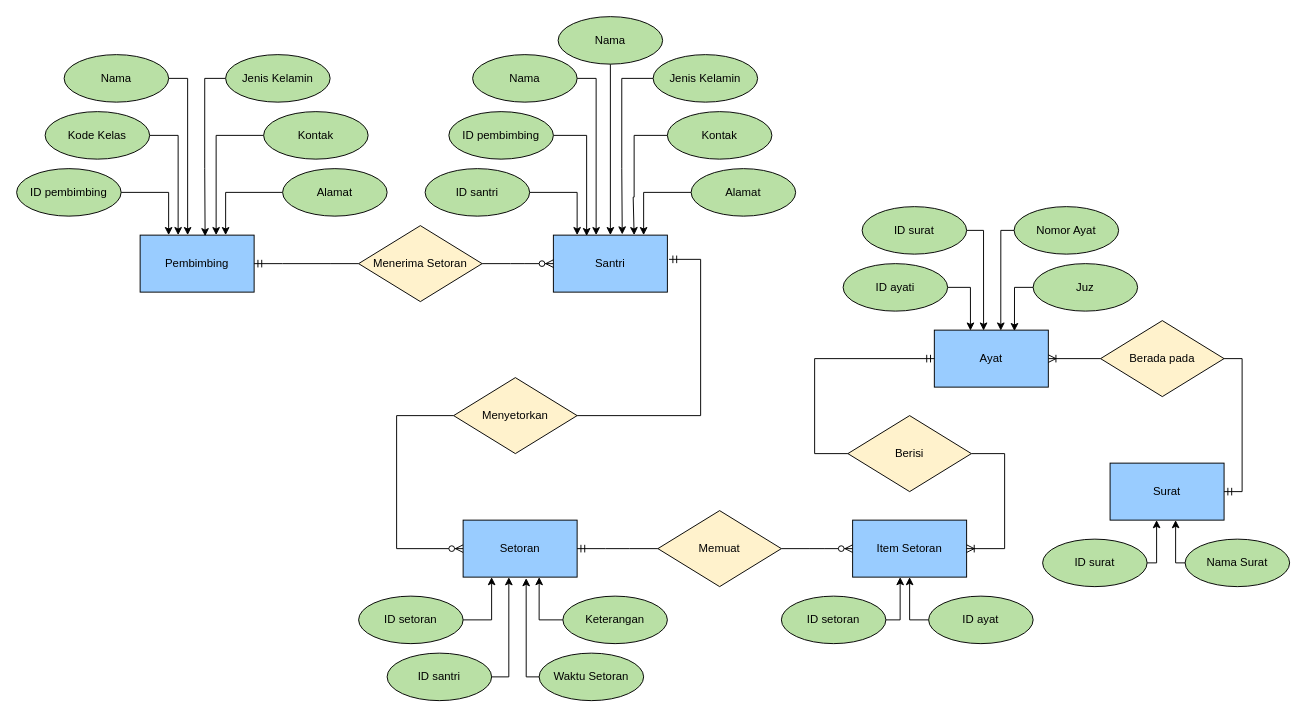
nentinur/IF214002 keeps this draw.io diagram as final-project/relasi.drawio. Above is the earlier version. Source tidied: cells renumbered, new cells numbered last; positions are measured from the earlier drawing's top-left corner, leaving out a move shared by most shapes. Both pictures are drawn from the tidied source at 95%, with x=0, y=0 at pixel (16, 16).
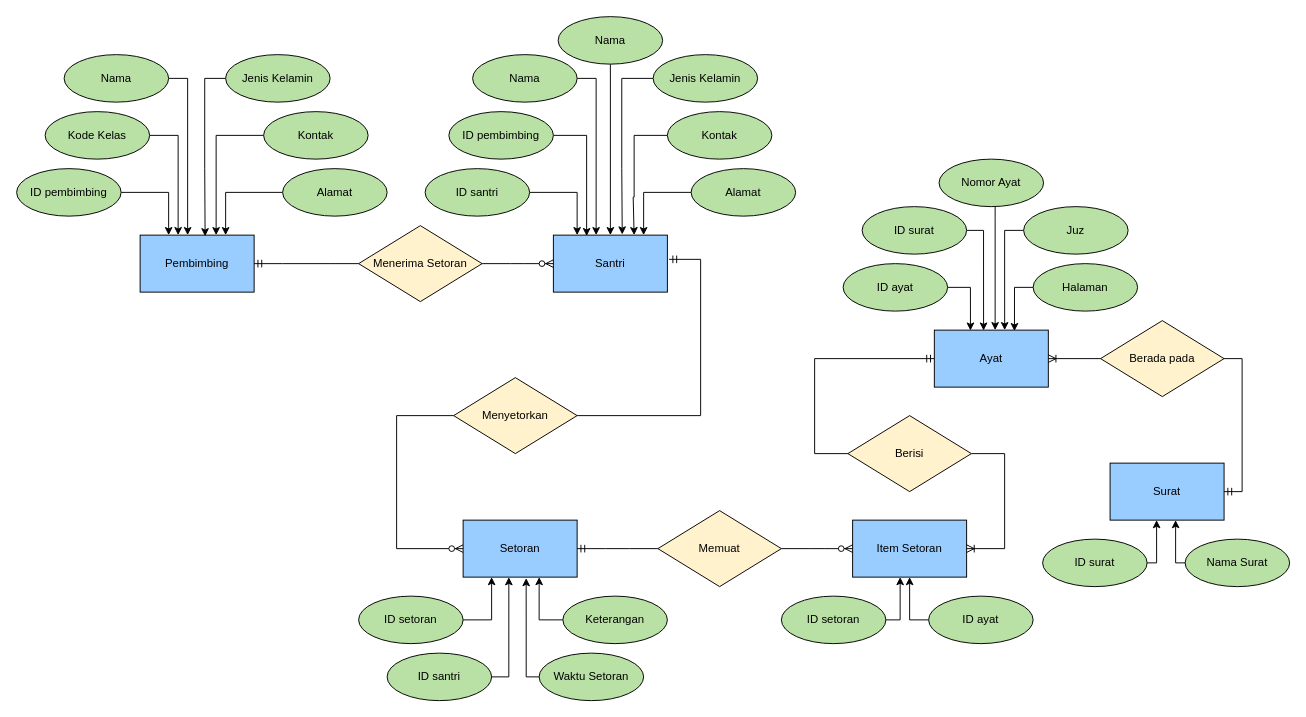
Above is the later version.

The change refers to these unchanged cells:
```xml
<mxCell id="45" value="Ayat" style="rounded=0;whiteSpace=wrap;html=1;fillColor=#99CCFF;" parent="1" vertex="1">
  <mxGeometry x="966" y="330" width="120" height="60" as="geometry" />
</mxCell>
```

The edit, as a diff of the source:
```diff
@@
-    <mxCell id="46" style="edgeStyle=orthogonalEdgeStyle;rounded=0;jettySize=auto;html=1;entryX=0.583;entryY=0.008;entryDx=0;entryDy=0;entryPerimeter=0;" parent="1" edge="1" source="47" target="45">
+    <mxCell id="46" style="edgeStyle=orthogonalEdgeStyle;rounded=0;jettySize=auto;html=1;" parent="1" edge="1" source="47">
       <mxGeometry relative="1" as="geometry">
+        <mxPoint x="1030" y="330" as="targetPoint" />
         <Array as="points">
-          <mxPoint x="1036" y="225" />
+          <mxPoint x="1030" y="210" />
+          <mxPoint x="1030" y="210" />
         </Array>
       </mxGeometry>
     </mxCell>
     <mxCell id="47" value="Nomor Ayat" style="ellipse;whiteSpace=wrap;html=1;fillColor=#B9E0A5;" parent="1" vertex="1">
-      <mxGeometry x="1050" y="200" width="110" height="50" as="geometry" />
+      <mxGeometry x="971" y="150" width="110" height="50" as="geometry" />
     </mxCell>
@@
-    <mxCell id="49" value="ID ayati" style="ellipse;whiteSpace=wrap;html=1;fillColor=#B9E0A5;" parent="1" vertex="1">
+    <mxCell id="49" value="ID ayat" style="ellipse;whiteSpace=wrap;html=1;fillColor=#B9E0A5;" parent="1" vertex="1">
       <mxGeometry x="870" y="260" width="110" height="50" as="geometry" />
     </mxCell>
@@
-    <mxCell id="51" value="Juz" style="ellipse;whiteSpace=wrap;html=1;fillColor=#B9E0A5;" parent="1" vertex="1">
+    <mxCell id="51" value="Halaman" style="ellipse;whiteSpace=wrap;html=1;fillColor=#B9E0A5;" parent="1" vertex="1">
       <mxGeometry x="1070" y="260" width="110" height="50" as="geometry" />
     </mxCell>
@@
+    <mxCell id="73" style="edgeStyle=orthogonalEdgeStyle;rounded=0;jettySize=auto;html=1;entryX=0.617;entryY=0;entryDx=0;entryDy=0;entryPerimeter=0;" parent="1" edge="1" source="74" target="45">
+      <mxGeometry relative="1" as="geometry">
+        <Array as="points">
+          <mxPoint x="1040" y="225" />
+        </Array>
+      </mxGeometry>
+    </mxCell>
+    <mxCell id="74" value="Juz" style="ellipse;whiteSpace=wrap;html=1;fillColor=#B9E0A5;" parent="1" vertex="1">
+      <mxGeometry x="1060" y="200" width="110" height="50" as="geometry" />
+    </mxCell>
```
